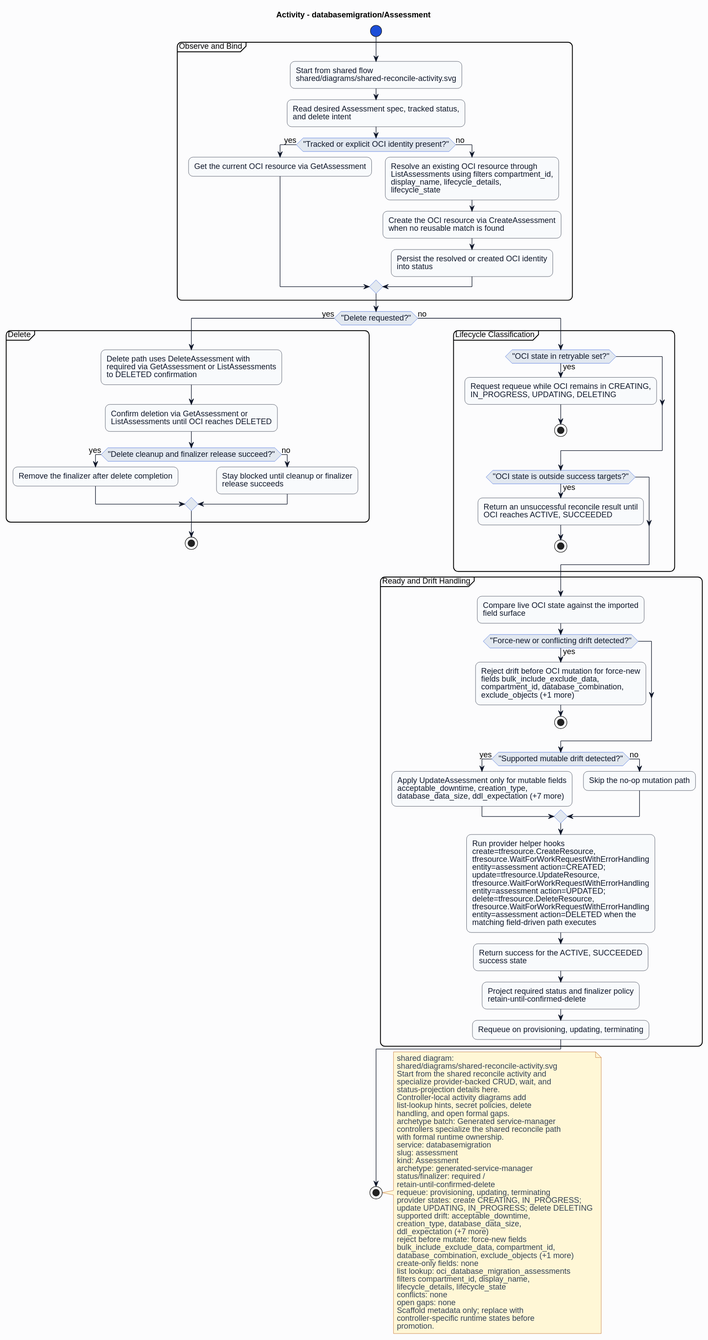
This is formal/controllers/databasemigration/assessment/diagrams/activity.svg from HaoyL666/oci-service-operator, a PlantUML export, as it was before one commit.
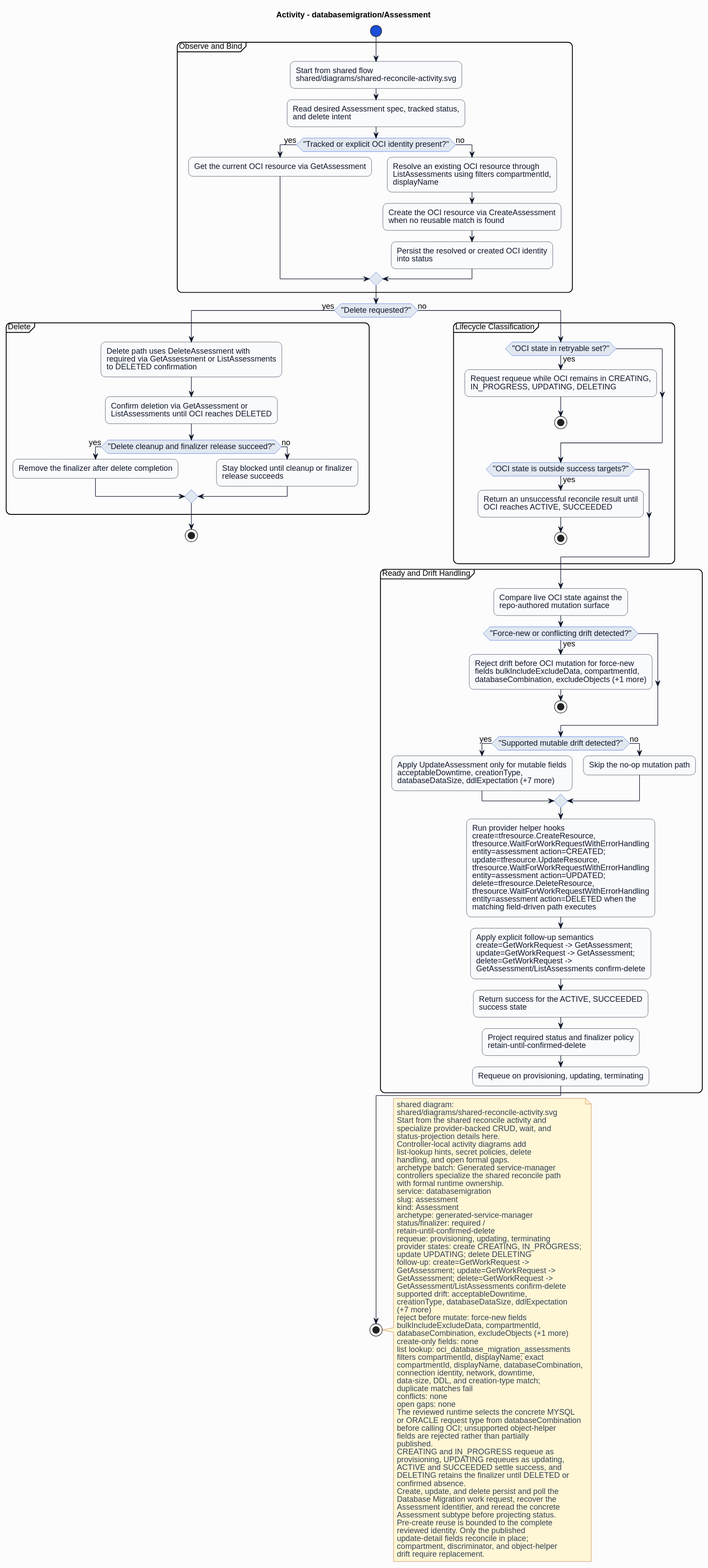
The same file after the commit.

The edit, as a diff of the source:
```diff
@@ -27,7 +27,7 @@
 if ("Tracked or explicit OCI identity present?") then (yes)
 :Get the current OCI resource via GetAssessment;
 else (no)
-:Resolve an existing OCI resource through\nListAssessments using filters compartment_id,\ndisplay_name, lifecycle_details,\nlifecycle_state;
+:Resolve an existing OCI resource through\nListAssessments using filters compartmentId,\ndisplayName;
 :Create the OCI resource via CreateAssessment\nwhen no reusable match is found;
 :Persist the resolved or created OCI identity\ninto status;
 endif
@@ -55,17 +55,18 @@
 endif
 }
 partition "Ready and Drift Handling" {
-:Compare live OCI state against the imported\nfield surface;
+:Compare live OCI state against the\nrepo-authored mutation surface;
 if ("Force-new or conflicting drift detected?") then (yes)
-:Reject drift before OCI mutation for force-new\nfields bulk_include_exclude_data,\ncompartment_id, database_combination,\nexclude_objects (+1 more);
+:Reject drift before OCI mutation for force-new\nfields bulkIncludeExcludeData, compartmentId,\ndatabaseCombination, excludeObjects (+1 more);
 stop
 endif
 if ("Supported mutable drift detected?") then (yes)
-:Apply UpdateAssessment only for mutable fields\nacceptable_downtime, creation_type,\ndatabase_data_size, ddl_expectation (+7 more);
+:Apply UpdateAssessment only for mutable fields\nacceptableDowntime, creationType,\ndatabaseDataSize, ddlExpectation (+7 more);
 else (no)
 :Skip the no-op mutation path;
 endif
 :Run provider helper hooks\ncreate=tfresource.CreateResource,\ntfresource.WaitForWorkRequestWithErrorHandling\nentity=assessment action=CREATED;\nupdate=tfresource.UpdateResource,\ntfresource.WaitForWorkRequestWithErrorHandling\nentity=assessment action=UPDATED;\ndelete=tfresource.DeleteResource,\ntfresource.WaitForWorkRequestWithErrorHandling\nentity=assessment action=DELETED when the\nmatching field-driven path executes;
+:Apply explicit follow-up semantics\ncreate=GetWorkRequest -> GetAssessment;\nupdate=GetWorkRequest -> GetAssessment;\ndelete=GetWorkRequest ->\nGetAssessment/ListAssessments confirm-delete;
 :Return success for the ACTIVE, SUCCEEDED\nsuccess state;
 :Project required status and finalizer policy\nretain-until-confirmed-delete;
 :Requeue on provisioning, updating, terminating;
@@ -92,21 +93,44 @@
 retain-until-confirmed-delete
 requeue: provisioning, updating, terminating
 provider states: create CREATING, IN_PROGRESS;
-update UPDATING, IN_PROGRESS; delete DELETING
-supported drift: acceptable_downtime,
-creation_type, database_data_size,
-ddl_expectation (+7 more)
+update UPDATING; delete DELETING
+follow-up: create=GetWorkRequest ->
+GetAssessment; update=GetWorkRequest ->
+GetAssessment; delete=GetWorkRequest ->
+GetAssessment/ListAssessments confirm-delete
+supported drift: acceptableDowntime,
+creationType, databaseDataSize, ddlExpectation
+(+7 more)
 reject before mutate: force-new fields
-bulk_include_exclude_data, compartment_id,
-database_combination, exclude_objects (+1 more)
+bulkIncludeExcludeData, compartmentId,
+databaseCombination, excludeObjects (+1 more)
 create-only fields: none
 list lookup: oci_database_migration_assessments
-filters compartment_id, display_name,
-lifecycle_details, lifecycle_state
+filters compartmentId, displayName; exact
+compartmentId, displayName, databaseCombination,
+connection identity, network, downtime,
+data-size, DDL, and creation-type match;
+duplicate matches fail
 conflicts: none
 open gaps: none
-Scaffold metadata only; replace with
-controller-specific runtime states before
-promotion.
+The reviewed runtime selects the concrete MYSQL
+or ORACLE request type from databaseCombination
+before calling OCI; unsupported object-helper
+fields are rejected rather than partially
+published.
+CREATING and IN_PROGRESS requeue as
+provisioning, UPDATING requeues as updating,
+ACTIVE and SUCCEEDED settle success, and
+DELETING retains the finalizer until DELETED or
+confirmed absence.
+Create, update, and delete persist and poll the
+Database Migration work request, recover the
+Assessment identifier, and reread the concrete
+Assessment subtype before projecting status.
+Pre-create reuse is bounded to the complete
+reviewed identity. Only the published
+update-detail fields reconcile in place;
+compartment, discriminator, and object-helper
+drift require replacement.
 end note
 @enduml
```
